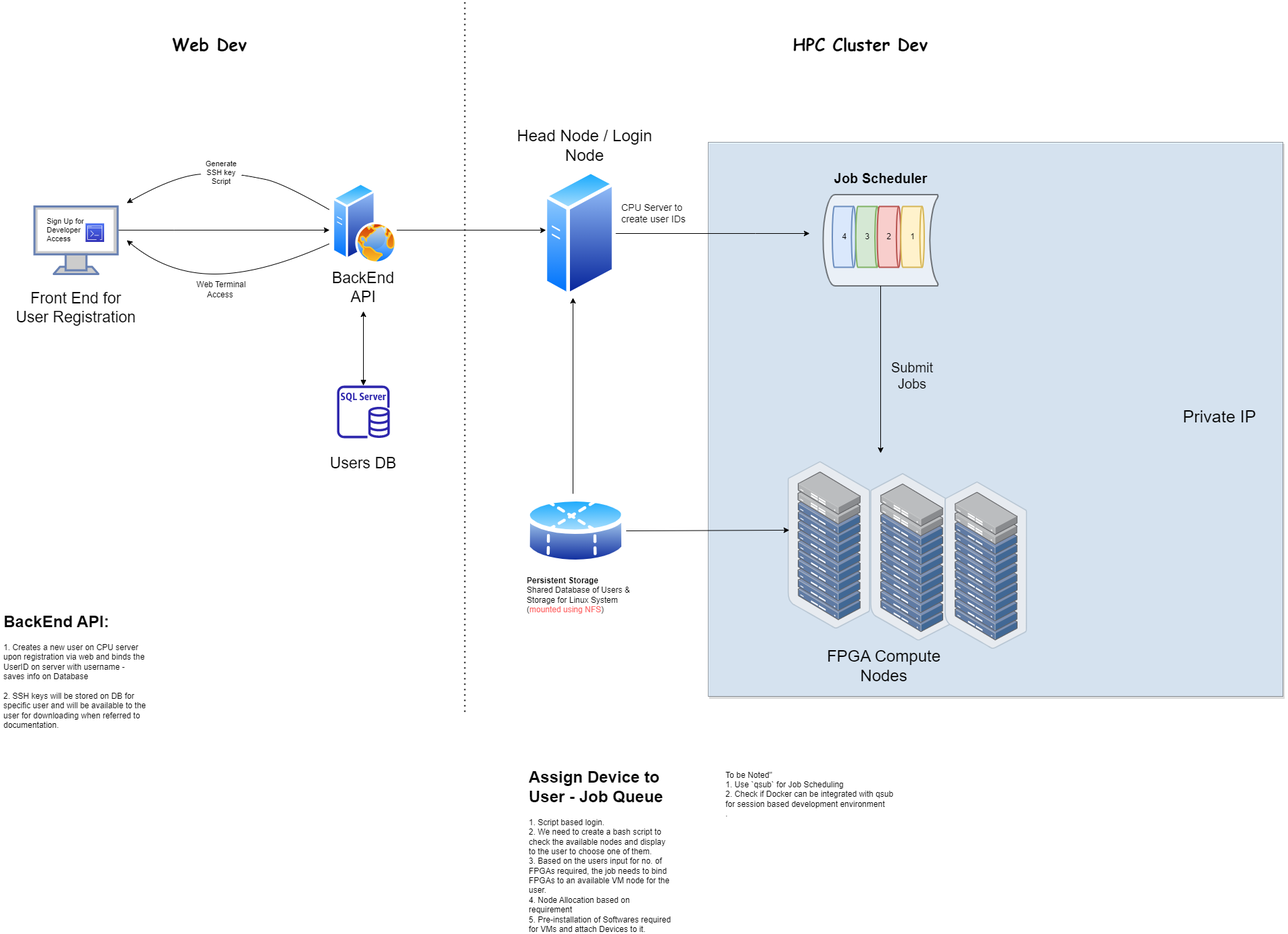
Above: LightSpeed Developer Access for Cloud Deployment.drawio.png in belanasaikiran/FlowCharts (draw.io), before the change. Source tidied: cells renumbered, new cells last; positions are measured from the earlier drawing's top-left corner, leaving out a move shared by most shapes.
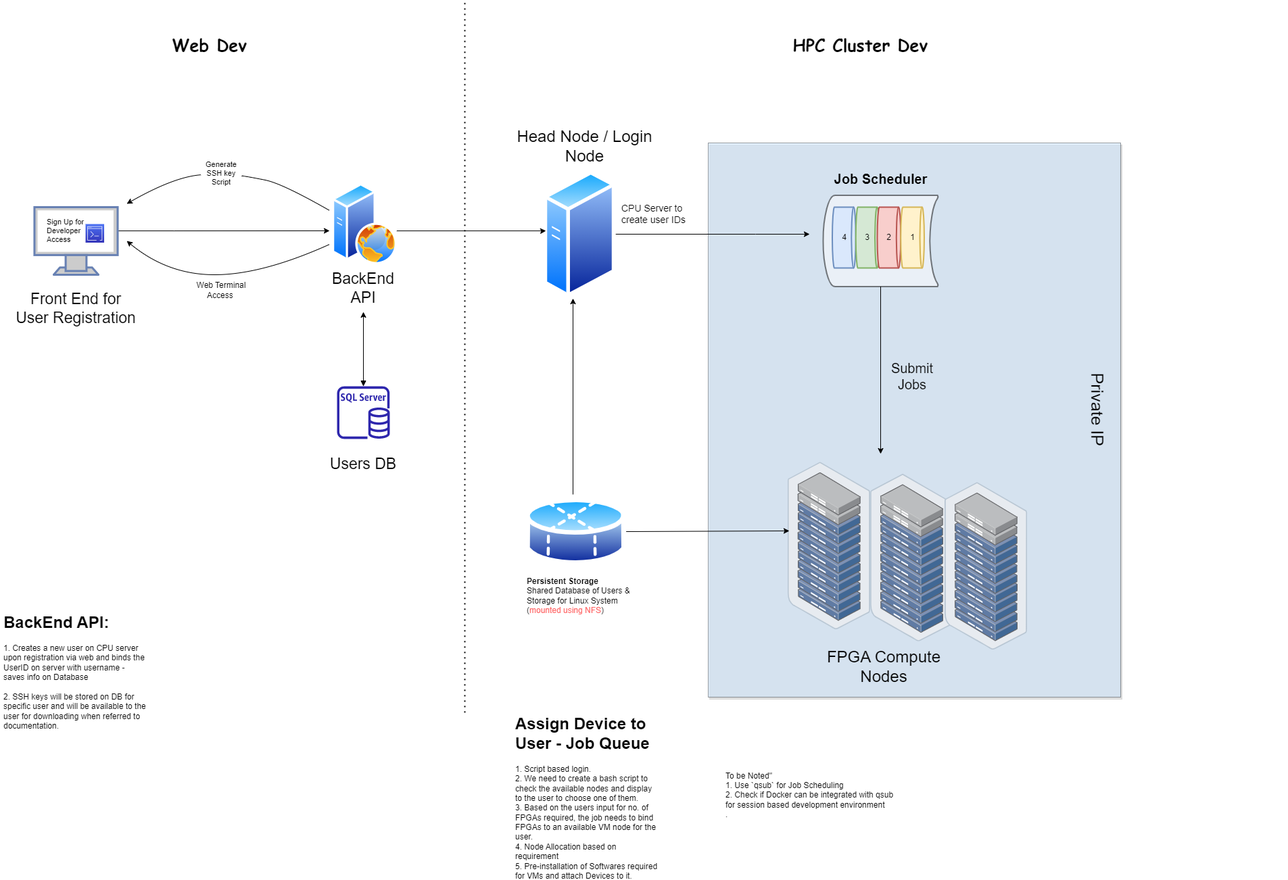
The same file after the commit.

Diff of the diagram source:
```diff
@@ -3,7 +3,7 @@
     <mxCell id="0" />
     <mxCell id="1" parent="0" />
     <mxCell id="2" style="rounded=0;whiteSpace=wrap;html=1;labelBackgroundColor=#824040;labelBorderColor=none;fontSize=14;opacity=50;glass=0;shadow=1;fillColor=#cce5ff;strokeColor=#36393d;" parent="1" vertex="1">
-      <mxGeometry x="1047" y="210" width="850" height="820" as="geometry" />
+      <mxGeometry x="1047" y="210" width="610" height="820" as="geometry" />
     </mxCell>
     <mxCell id="3" style="edgeStyle=orthogonalEdgeStyle;rounded=0;jettySize=auto;html=1;" parent="1" edge="1" source="4">
       <mxGeometry relative="1" as="geometry">
@@ -117,7 +117,7 @@
       <mxGeometry x="0.3" y="900" width="220" height="180" as="geometry" />
     </mxCell>
     <mxCell id="29" value="&lt;h1&gt;&lt;span style=&quot;background-color: initial;&quot;&gt;Assign Device to User - Job Queue&lt;/span&gt;&lt;/h1&gt;&lt;div&gt;&lt;span style=&quot;font-size: 12px; font-weight: 400;&quot;&gt;1. Script based login.&amp;nbsp;&lt;/span&gt;&lt;/div&gt;&lt;div&gt;&lt;span style=&quot;font-size: 12px; font-weight: 400;&quot;&gt;2. We need to create a bash script to check the available nodes and display to the user to choose one of them.&lt;/span&gt;&lt;/div&gt;&lt;div&gt;&lt;span style=&quot;font-size: 12px; font-weight: 400;&quot;&gt;3. Based on the users input for no. of FPGAs required, the job needs to bind FPGAs to an available VM node for the user.&lt;/span&gt;&lt;/div&gt;&lt;div&gt;&lt;span style=&quot;font-size: 12px; font-weight: 400;&quot;&gt;4. Node Allocation based on requirement&lt;/span&gt;&lt;/div&gt;&lt;div&gt;&lt;span style=&quot;font-size: 12px; font-weight: 400;&quot;&gt;5. Pre-installation of Softwares required for VMs and attach Devices to it.&lt;/span&gt;&lt;/div&gt;" style="text;html=1;strokeColor=none;fillColor=none;spacing=5;spacingTop=-20;whiteSpace=wrap;overflow=hidden;rounded=0;" parent="1" vertex="1">
-      <mxGeometry x="777" y="1130" width="220" height="250" as="geometry" />
+      <mxGeometry x="757" y="1050" width="220" height="250" as="geometry" />
     </mxCell>
     <mxCell id="30" style="group;" parent="1" vertex="1">
       <mxGeometry x="67" y="320" width="86.5" height="40" as="geometry" />
@@ -195,8 +195,8 @@
     <mxCell id="49" value="Submit Jobs" style="text;html=1;strokeColor=none;fillColor=none;align=center;verticalAlign=middle;whiteSpace=wrap;rounded=0;fontSize=20;" parent="1" vertex="1">
       <mxGeometry x="1319.1" y="540" width="60" height="30" as="geometry" />
     </mxCell>
-    <mxCell id="50" value="&lt;font style=&quot;font-size: 25px;&quot;&gt;Private IP&lt;/font&gt;" style="text;html=1;align=center;verticalAlign=middle;whiteSpace=wrap;rounded=0;fontSize=14;" parent="1" vertex="1">
-      <mxGeometry x="1747" y="600" width="113.4" height="30" as="geometry" />
+    <mxCell id="50" value="&lt;font style=&quot;font-size: 25px;&quot;&gt;Private IP&lt;/font&gt;" style="text;html=1;align=center;verticalAlign=middle;whiteSpace=wrap;rounded=0;fontSize=14;rotation=90;" parent="1" vertex="1">
+      <mxGeometry x="1567" y="590" width="113.4" height="30" as="geometry" />
     </mxCell>
   </root>
 </mxGraphModel>
```
